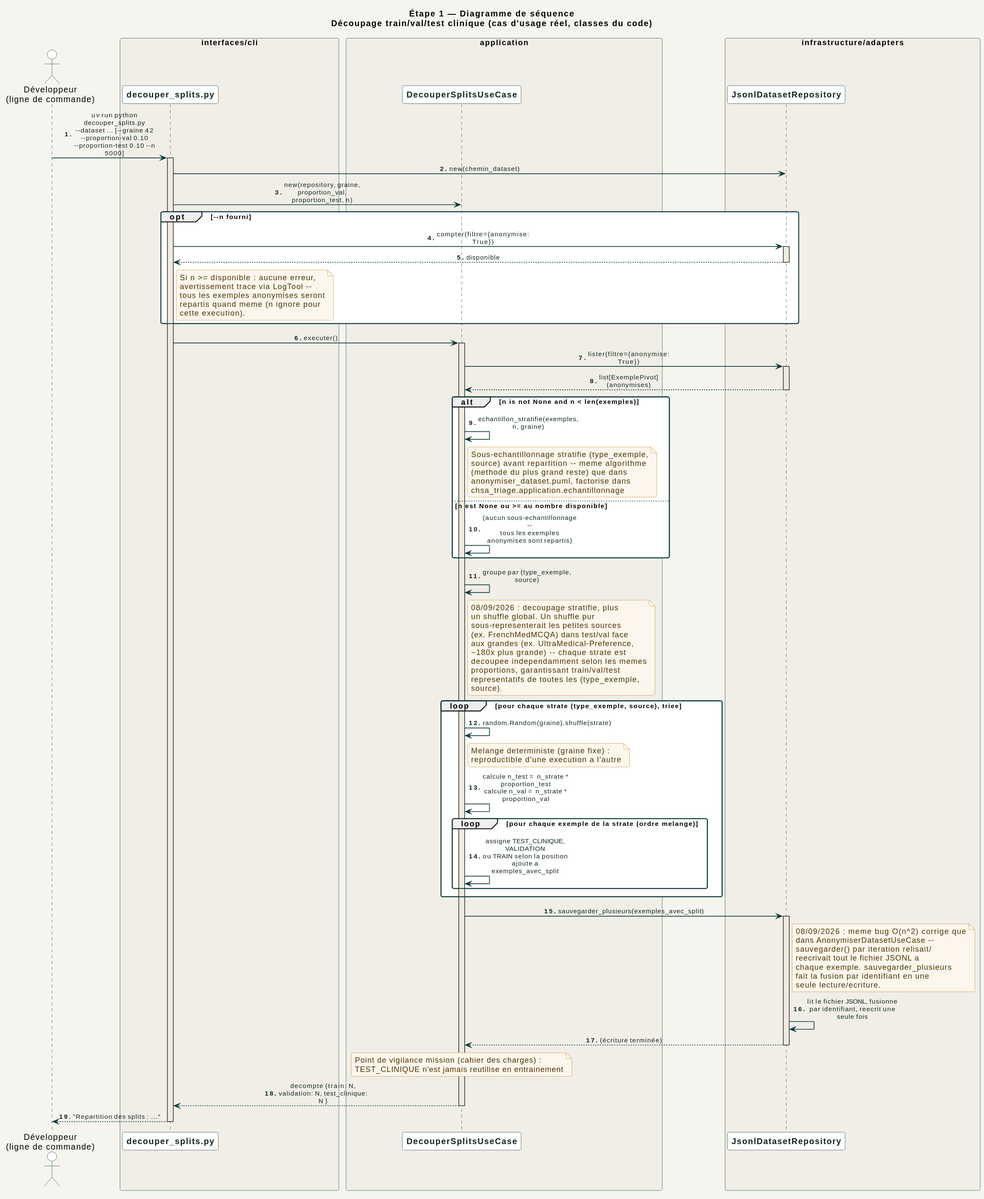
Earlier version of the PlantUML export docs/diagrams/02_etape1_donnees/sequence/decouper_splits.svg (racemartin/m14_ocr).
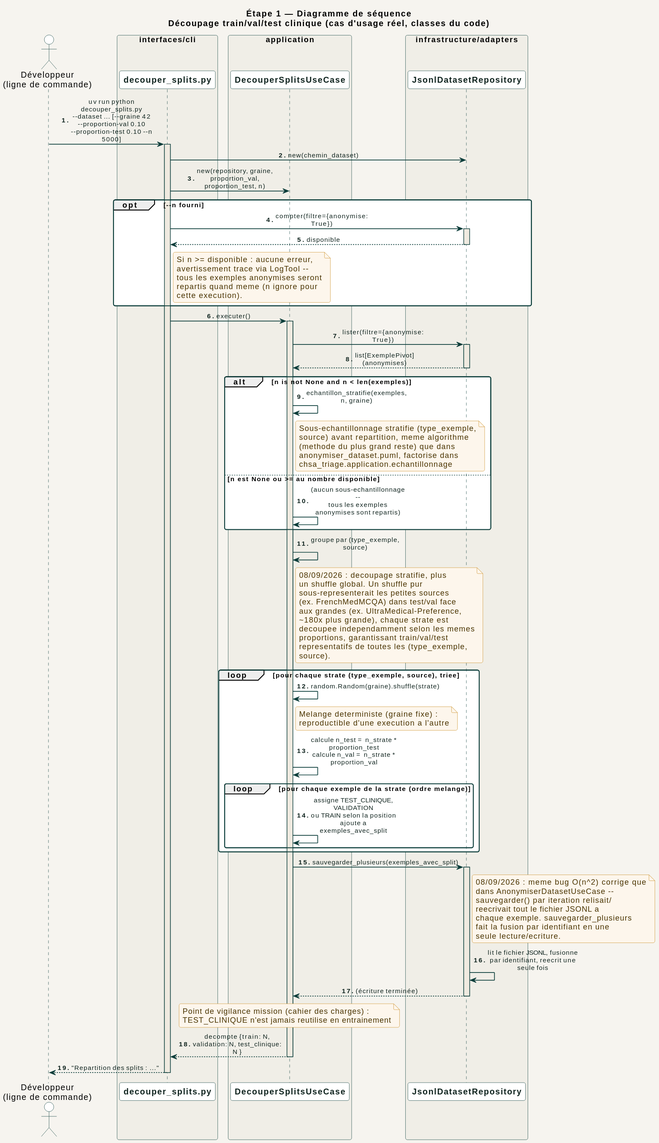
After the change.

Change to the diagram source:
```diff
@@ -51,7 +51,7 @@
   UC -> UC : echantillon_stratifie(exemples, n, graine)
   note right of UC
     Sous-echantillonnage stratifie (type_exemple,
-    source) avant repartition -- meme algorithme
+    source) avant repartition, meme algorithme
     (methode du plus grand reste) que dans
     anonymiser_dataset.puml, factorise dans
     chsa_triage.application.echantillonnage
@@ -67,7 +67,7 @@
   sous-representerait les petites sources
   (ex. FrenchMedMCQA) dans test/val face
   aux grandes (ex. UltraMedical-Preference,
-  ~180x plus grande) -- chaque strate est
+  ~180x plus grande), chaque strate est
   decoupee independamment selon les memes
   proportions, garantissant train/val/test
   representatifs de toutes les (type_exemple,
```
